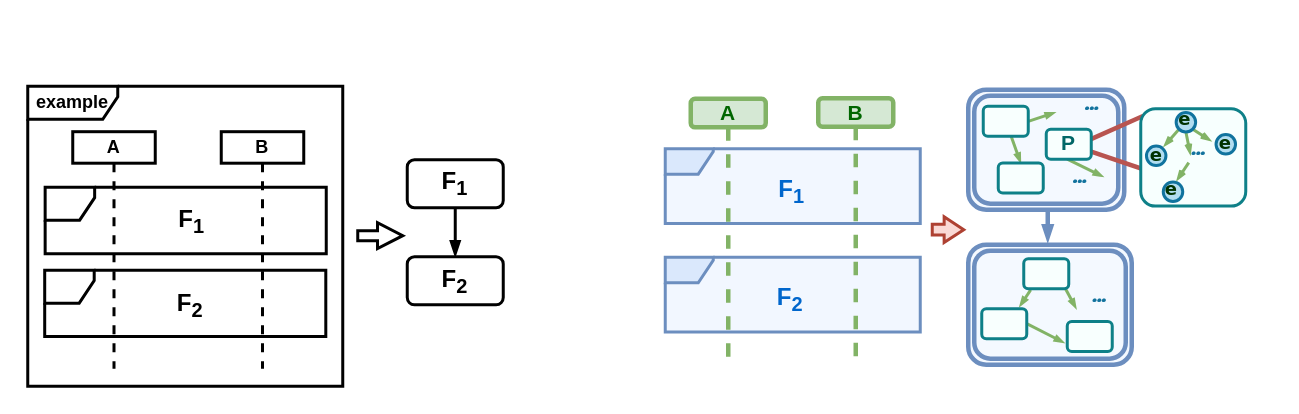
Earlier version of the draw.io diagram seq.drawio (ShiYufei0708/draw). Source tidied: cells renumbered, new cells numbered last; positions are measured from the earlier drawing's top-left corner, leaving out a move shared by most shapes. Both pictures are drawn from the tidied source at 150%, with x=0, y=0 at pixel (27, 26).
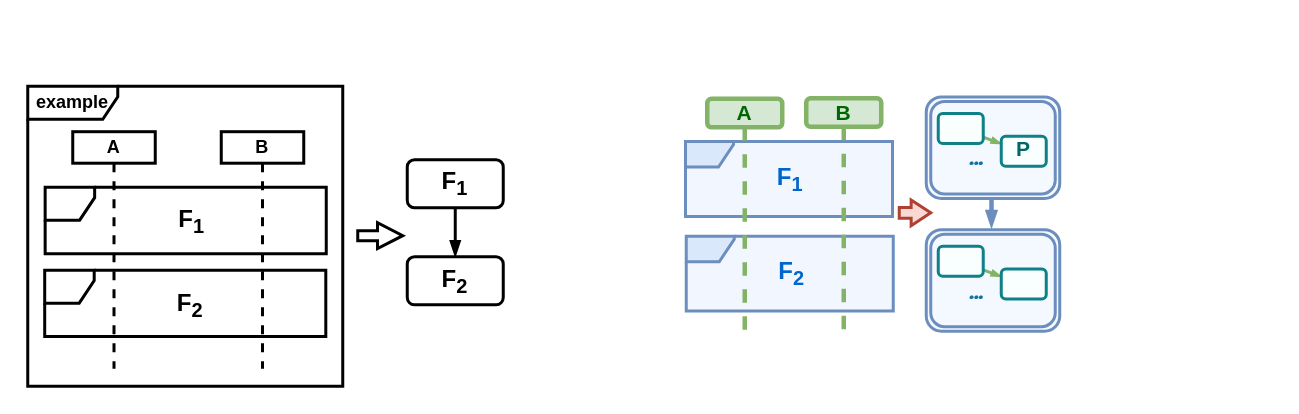
Above is the later version.

The edit, as a diff of the source:
```diff
@@
-    <mxCell id="2" style="edgeStyle=orthogonalEdgeStyle;rounded=0;orthogonalLoop=1;jettySize=auto;html=1;exitX=0.75;exitY=1;exitDx=0;exitDy=0;entryX=0.75;entryY=0;entryDx=0;entryDy=0;endArrow=blockThin;endFill=1;strokeWidth=3;strokeColor=light-dark(#6c8ebf, #EDEDED);endSize=4;" parent="1" edge="1">
+    <mxCell id="2" style="edgeStyle=orthogonalEdgeStyle;rounded=0;orthogonalLoop=1;jettySize=auto;html=1;exitX=0.75;exitY=1;exitDx=0;exitDy=0;entryX=0.5;entryY=0;entryDx=0;entryDy=0;endArrow=blockThin;endFill=1;strokeWidth=3;strokeColor=light-dark(#6c8ebf, #EDEDED);endSize=4;" parent="1" edge="1">
       <mxGeometry relative="1" as="geometry">
-        <mxPoint x="680" y="117.1" as="sourcePoint" />
-        <mxPoint x="680" y="143.7" as="targetPoint" />
+        <mxPoint x="641" y="106.9" as="sourcePoint" />
+        <mxPoint x="642.5" y="134.1" as="targetPoint" />
       </mxGeometry>
     </mxCell>
@@
     <mxCell id="15" style="html=1;shadow=0;dashed=0;align=center;verticalAlign=middle;shape=mxgraph.arrows2.arrow;dy=0.59;dx=13.07;notch=0;strokeWidth=2;fillColor=#fad9d5;strokeColor=#ae4132;" parent="1" vertex="1">
-      <mxGeometry x="603" y="127" width="21" height="17.2" as="geometry" />
+      <mxGeometry x="581" y="115.8" width="21" height="17.2" as="geometry" />
     </mxCell>
-    <mxCell id="16" style="shape=ext;double=1;rounded=1;whiteSpace=wrap;html=1;fillColor=#F4F9FF;strokeColor=#6c8ebf;strokeWidth=3;" parent="1" vertex="1">
-      <mxGeometry x="627" y="42.3" width="104" height="80" as="geometry" />
+    <mxCell id="16" style="shape=ext;double=1;rounded=1;whiteSpace=wrap;html=1;fillColor=#F4F9FF;strokeColor=#6c8ebf;strokeWidth=2;" parent="1" vertex="1">
+      <mxGeometry x="599" y="47.1" width="89" height="67.7" as="geometry" />
     </mxCell>
-    <mxCell id="17" style="shape=ext;double=1;rounded=1;whiteSpace=wrap;html=1;fillColor=#F4F9FF;strokeColor=#6c8ebf;strokeWidth=3;" parent="1" vertex="1">
-      <mxGeometry x="627" y="145.6" width="109" height="80" as="geometry" />
-    </mxCell>
-    <mxCell id="18" style="rounded=0;jettySize=auto;html=1;entryX=0.5;entryY=0;entryDx=0;entryDy=0;endArrow=blockThin;endFill=1;strokeWidth=2;endSize=2;strokeColor=light-dark(#82b366, #319eff);" parent="1" edge="1" source="26" target="19">
+    <mxCell id="18" style="rounded=0;jettySize=auto;html=1;entryX=0;entryY=0.25;entryDx=0;entryDy=0;endArrow=blockThin;endFill=1;strokeWidth=2;endSize=2;strokeColor=light-dark(#82b366, #319eff);" parent="1" edge="1" source="26" target="49">
       <mxGeometry relative="1" as="geometry" />
     </mxCell>
-    <mxCell id="19" style="rounded=1;whiteSpace=wrap;html=1;verticalAlign=bottom;fontStyle=1;strokeWidth=2;fillColor=light-dark(#f8fffe, #103c3f);strokeColor=#0e8088;" parent="1" vertex="1">
-      <mxGeometry x="647" y="91.2" width="30" height="20" as="geometry" />
-    </mxCell>
-    <mxCell id="20" style="rounded=1;whiteSpace=wrap;html=1;verticalAlign=bottom;fontStyle=1;strokeWidth=2;fillColor=light-dark(#f8fffe, #103c3f);strokeColor=#0e8088;" parent="1" vertex="1">
-      <mxGeometry x="693" y="196.8" width="30" height="20" as="geometry" />
-    </mxCell>
-    <mxCell id="21" value="&lt;b&gt;&lt;font style=&quot;font-size: 22px;&quot; face=&quot;Comic Sans MS&quot;&gt;...&lt;/font&gt;&lt;/b&gt;" style="text;html=1;align=center;verticalAlign=middle;strokeColor=none;fillColor=none;fontColor=light-dark(#12739e, #ededed);" parent="1" vertex="1">
-      <mxGeometry x="690" y="158.6" width="47" height="38" as="geometry" />
-    </mxCell>
     <mxCell id="22" value="&lt;b&gt;&lt;font style=&quot;font-size: 22px;&quot; face=&quot;Comic Sans MS&quot;&gt;...&lt;/font&gt;&lt;/b&gt;" style="text;html=1;align=center;verticalAlign=middle;strokeColor=none;fillColor=none;fontColor=light-dark(#12739e, #ededed);" parent="1" vertex="1">
-      <mxGeometry x="677" y="79.9" width="47" height="38" as="geometry" />
+      <mxGeometry x="608.5" y="68.1" width="47" height="38" as="geometry" />
     </mxCell>
-    <mxCell id="23" value="&lt;b&gt;&lt;font style=&quot;font-size: 22px;&quot; face=&quot;Comic Sans MS&quot;&gt;...&lt;/font&gt;&lt;/b&gt;" style="text;html=1;align=center;verticalAlign=middle;points=[];strokeColor=none;fillColor=none;fontColor=light-dark(#12739e, #ededed);" parent="1" vertex="1">
-      <mxGeometry x="685" y="30.7" width="47" height="38" as="geometry" />
-    </mxCell>
-    <mxCell id="24" style="rounded=0;jettySize=auto;html=1;endArrow=blockThin;endFill=1;strokeWidth=2;endSize=2;strokeColor=light-dark(#82b366, #319eff);exitX=1;exitY=0.5;exitDx=0;exitDy=0;" parent="1" edge="1" source="26" target="23">
-      <mxGeometry relative="1" as="geometry" />
-    </mxCell>
-    <mxCell id="25" style="rounded=0;orthogonalLoop=1;jettySize=auto;html=1;endArrow=blockThin;endFill=1;strokeWidth=2;endSize=2;strokeColor=light-dark(#82b366, #319eff);exitX=0.5;exitY=1;exitDx=0;exitDy=0;" parent="1" edge="1">
-      <mxGeometry relative="1" as="geometry">
-        <mxPoint x="693" y="88.6" as="sourcePoint" />
-        <mxPoint x="717" y="100.3" as="targetPoint" />
-      </mxGeometry>
-    </mxCell>
     <mxCell id="26" style="rounded=1;whiteSpace=wrap;html=1;verticalAlign=bottom;fontStyle=1;strokeWidth=2;fillColor=light-dark(#f8fffe, #103c3f);strokeColor=#0e8088;" parent="1" vertex="1">
-      <mxGeometry x="637" y="53.4" width="30" height="20" as="geometry" />
+      <mxGeometry x="607" y="58.2" width="30" height="20" as="geometry" />
     </mxCell>
-    <mxCell id="27" style="rounded=0;orthogonalLoop=1;jettySize=auto;html=1;entryX=0.5;entryY=0;entryDx=0;entryDy=0;endArrow=blockThin;endFill=1;strokeWidth=2;endSize=2;strokeColor=light-dark(#82b366, #319eff);" parent="1" edge="1">
-      <mxGeometry relative="1" as="geometry">
-        <mxPoint x="692" y="175.3" as="sourcePoint" />
-        <mxPoint x="699" y="188.3" as="targetPoint" />
-      </mxGeometry>
-    </mxCell>
-    <mxCell id="28" style="rounded=0;jettySize=auto;html=1;endArrow=blockThin;endFill=1;strokeWidth=2;endSize=2;strokeColor=light-dark(#82b366, #319eff);exitX=0.154;exitY=1.04;exitDx=0;exitDy=0;exitPerimeter=0;entryX=0.841;entryY=-0.073;entryDx=0;entryDy=0;entryPerimeter=0;" parent="1" edge="1" source="31" target="30">
-      <mxGeometry relative="1" as="geometry" />
-    </mxCell>
-    <mxCell id="29" style="rounded=0;jettySize=auto;html=1;endArrow=blockThin;endFill=1;strokeWidth=2;endSize=2;strokeColor=light-dark(#82b366, #319eff);exitX=1;exitY=0.5;exitDx=0;exitDy=0;" parent="1" edge="1" source="30">
-      <mxGeometry relative="1" as="geometry">
-        <mxPoint x="691" y="211" as="targetPoint" />
-      </mxGeometry>
-    </mxCell>
-    <mxCell id="30" style="rounded=1;whiteSpace=wrap;html=1;verticalAlign=bottom;fontStyle=1;strokeWidth=2;fillColor=light-dark(#f8fffe, #103c3f);strokeColor=#0e8088;" parent="1" vertex="1">
-      <mxGeometry x="636" y="188.3" width="30" height="20" as="geometry" />
-    </mxCell>
-    <mxCell id="31" style="rounded=1;whiteSpace=wrap;html=1;verticalAlign=bottom;fontStyle=1;strokeWidth=2;fillColor=light-dark(#f8fffe, #103c3f);strokeColor=#0e8088;" parent="1" vertex="1">
-      <mxGeometry x="664" y="155" width="30" height="20" as="geometry" />
-    </mxCell>
-    <mxCell id="32" style="rounded=0;jettySize=auto;html=1;exitX=0.97;exitY=0.351;exitDx=0;exitDy=0;entryX=0.022;entryY=0.075;entryDx=0;entryDy=0;endArrow=none;endFill=0;entryPerimeter=0;strokeWidth=3;endSize=5;strokeColor=light-dark(#b85450, #ededed);curved=1;fontSize=14;exitPerimeter=0;" parent="1" edge="1" source="49" target="35">
-      <mxGeometry relative="1" as="geometry" />
-    </mxCell>
-    <mxCell id="33" style="rounded=0;jettySize=auto;html=1;endArrow=none;endFill=0;strokeWidth=3;endSize=5;strokeColor=light-dark(#b85450, #ededed);curved=1;fontSize=14;exitX=1;exitY=0.75;exitDx=0;exitDy=0;" parent="1" edge="1" source="49">
-      <mxGeometry relative="1" as="geometry">
-        <mxPoint x="787" y="110" as="targetPoint" />
-      </mxGeometry>
-    </mxCell>
-    <mxCell id="34" style="group;" parent="1" vertex="1">
-      <mxGeometry x="742" y="53" width="89" height="70.8" as="geometry" />
-    </mxCell>
-    <mxCell id="35" style="rounded=1;whiteSpace=wrap;html=1;strokeWidth=2;fillColor=#F7FFFE;strokeColor=#0e8088;" parent="34" vertex="1">
-      <mxGeometry y="2" width="70" height="64.9" as="geometry" />
-    </mxCell>
-    <mxCell id="36" style="rounded=0;jettySize=auto;html=1;endArrow=openThin;endFill=0;strokeColor=#82b366;strokeWidth=2;fillColor=#d5e8d4;endSize=3;entryX=-0.25;entryY=0.336;entryDx=0;entryDy=0;entryPerimeter=0;exitX=1;exitY=1;exitDx=0;exitDy=0;" parent="34" edge="1" source="43" target="37">
-      <mxGeometry relative="1" as="geometry" />
-    </mxCell>
-    <mxCell id="37" style="ellipse;whiteSpace=wrap;html=1;strokeWidth=2;fillColor=#b1ddf0;strokeColor=#10739e;" parent="34" vertex="1">
-      <mxGeometry x="50.2" y="19.2" width="13" height="13" as="geometry" />
-    </mxCell>
-    <mxCell id="38" style="ellipse;whiteSpace=wrap;html=1;strokeWidth=2;fillColor=#b1ddf0;strokeColor=#10739e;" parent="34" vertex="1">
-      <mxGeometry x="15" y="50.8" width="13" height="13" as="geometry" />
-    </mxCell>
-    <mxCell id="39" style="ellipse;whiteSpace=wrap;html=1;strokeWidth=2;fillColor=#b1ddf0;strokeColor=#10739e;" parent="34" vertex="1">
-      <mxGeometry x="3.8" y="26.9" width="13" height="13" as="geometry" />
-    </mxCell>
-    <mxCell id="40" style="rounded=0;jettySize=auto;html=1;endArrow=openThin;endFill=0;strokeColor=#82b366;strokeWidth=2;fillColor=#d5e8d4;endSize=3;exitX=0;exitY=1;exitDx=0;exitDy=0;entryX=0.89;entryY=0.017;entryDx=0;entryDy=0;entryPerimeter=0;" parent="34" edge="1" source="43" target="39">
-      <mxGeometry relative="1" as="geometry" />
-    </mxCell>
-    <mxCell id="41" style="rounded=0;jettySize=auto;html=1;endArrow=openThin;endFill=0;strokeColor=#82b366;strokeWidth=2;fillColor=#d5e8d4;endSize=3;exitX=0.5;exitY=1;exitDx=0;exitDy=0;" parent="34" edge="1" source="43">
-      <mxGeometry relative="1" as="geometry">
-        <mxPoint x="33.1" y="32.6" as="targetPoint" />
-      </mxGeometry>
-    </mxCell>
-    <mxCell id="42" style="rounded=0;orthogonalLoop=1;jettySize=auto;html=1;endArrow=openThin;endFill=0;strokeColor=#82b366;strokeWidth=2;fillColor=#d5e8d4;endSize=3;" parent="34" edge="1">
-      <mxGeometry relative="1" as="geometry">
-        <mxPoint x="32" y="37.9" as="sourcePoint" />
-        <mxPoint x="24" y="49.9" as="targetPoint" />
-      </mxGeometry>
-    </mxCell>
-    <mxCell id="43" style="ellipse;whiteSpace=wrap;html=1;strokeWidth=2;fillColor=#b1ddf0;strokeColor=#10739e;" parent="34" vertex="1">
-      <mxGeometry x="23.6" y="4.5" width="13" height="13" as="geometry" />
-    </mxCell>
-    <mxCell id="44" value="&lt;font style=&quot;color: rgb(0, 51, 0);&quot; face=&quot;Verdana&quot;&gt;&lt;b style=&quot;&quot;&gt;e&lt;/b&gt;&lt;/font&gt;" style="text;html=1;align=center;verticalAlign=middle;strokeColor=none;fillColor=none;" parent="34" vertex="1">
-      <mxGeometry x="42.9" y="11.2" width="26" height="27" as="geometry" />
-    </mxCell>
-    <mxCell id="45" value="&lt;font style=&quot;color: rgb(0, 51, 0);&quot; face=&quot;Verdana&quot;&gt;&lt;b style=&quot;&quot;&gt;e&lt;/b&gt;&lt;/font&gt;" style="text;html=1;align=center;verticalAlign=middle;strokeColor=none;fillColor=none;" parent="34" vertex="1">
-      <mxGeometry x="-2.6" y="19" width="26" height="27" as="geometry" />
-    </mxCell>
-    <mxCell id="46" value="&lt;font style=&quot;color: rgb(0, 51, 0);&quot; face=&quot;Verdana&quot;&gt;&lt;b style=&quot;&quot;&gt;e&lt;/b&gt;&lt;/font&gt;" style="text;html=1;align=center;verticalAlign=middle;strokeColor=none;fillColor=none;" parent="34" vertex="1">
-      <mxGeometry x="6.5" y="42.8" width="26" height="27" as="geometry" />
-    </mxCell>
-    <mxCell id="47" value="&lt;font style=&quot;color: rgb(0, 51, 0);&quot; face=&quot;Verdana&quot;&gt;&lt;b style=&quot;&quot;&gt;e&lt;/b&gt;&lt;/font&gt;" style="text;html=1;align=center;verticalAlign=middle;strokeColor=none;fillColor=none;" parent="34" vertex="1">
-      <mxGeometry x="15.9" y="-4.1" width="26" height="27" as="geometry" />
-    </mxCell>
-    <mxCell id="48" value="&lt;b&gt;&lt;font style=&quot;font-size: 22px;&quot; face=&quot;Comic Sans MS&quot;&gt;...&lt;/font&gt;&lt;/b&gt;" style="text;html=1;align=center;verticalAlign=middle;strokeColor=none;fillColor=none;fontColor=light-dark(#12739e, #ededed);" parent="34" vertex="1">
-      <mxGeometry x="14.5" y="8" width="47" height="38" as="geometry" />
-    </mxCell>
     <mxCell id="49" value="&lt;font style=&quot;color: rgb(0, 102, 102); font-size: 14px;&quot;&gt;P&lt;/font&gt;&lt;span style=&quot;font-size: 8.33333px;&quot;&gt;&lt;/span&gt;" style="rounded=1;whiteSpace=wrap;html=1;verticalAlign=bottom;fontStyle=1;strokeWidth=2;fillColor=light-dark(#f8fffe, #103c3f);strokeColor=#0e8088;" parent="1" vertex="1">
-      <mxGeometry x="679" y="68.6" width="30" height="20" as="geometry" />
+      <mxGeometry x="649" y="73.4" width="30" height="20" as="geometry" />
     </mxCell>
     <mxCell id="50" style="group;" parent="1" vertex="1">
-      <mxGeometry x="420" y="48" width="170" height="175" as="geometry" />
+      <mxGeometry x="420" y="48" width="175" height="175" as="geometry" />
     </mxCell>
-    <mxCell id="51" style="shape=umlFrame;whiteSpace=wrap;html=1;width=32;height=17;fillColor=#dae8fc;strokeColor=#6c8ebf;fillStyle=auto;shadow=0;strokeWidth=2;swimlaneFillColor=light-dark(#F2F7FF,#002813);" parent="50" vertex="1">
-      <mxGeometry x="5" y="106" width="170" height="49.9" as="geometry" />
-    </mxCell>
+    <mxCell id="57" style="shape=umlFrame;whiteSpace=wrap;html=1;width=32;height=17;fillColor=#dae8fc;strokeColor=#6c8ebf;fillStyle=auto;shadow=0;strokeWidth=2;swimlaneFillColor=light-dark(#F2F7FF,#002813);" parent="50" vertex="1">
+      <mxGeometry x="19" y="92" width="138" height="49.9" as="geometry" />
+    </mxCell>
     <mxCell id="52" style="shape=umlFrame;whiteSpace=wrap;html=1;width=32;height=17;fillColor=#dae8fc;strokeColor=#6c8ebf;fillStyle=auto;shadow=0;strokeWidth=2;swimlaneFillColor=light-dark(#F2F7FF,#002813);" parent="50" vertex="1">
-      <mxGeometry x="5" y="33.6" width="170" height="49.9" as="geometry" />
+      <mxGeometry x="18.5" y="28.9" width="138" height="49.9" as="geometry" />
     </mxCell>
     <mxCell id="53" value="&lt;font face=&quot;Helvetica&quot; style=&quot;color: rgb(0, 102, 0); font-size: 14px;&quot;&gt;&lt;b style=&quot;&quot;&gt;A&lt;/b&gt;&lt;/font&gt;" style="shape=umlLifeline;perimeter=lifelinePerimeter;whiteSpace=wrap;html=1;newEdgeStyle={&quot;curved&quot;:0,&quot;rounded&quot;:0};size=19;fillColor=#d5e8d4;strokeColor=#82b366;strokeWidth=3;rounded=1;shadow=0;" parent="50" vertex="1">
-      <mxGeometry x="22" y="0.4" width="50" height="175" as="geometry" />
+      <mxGeometry x="33" y="0.4" width="50" height="161" as="geometry" />
     </mxCell>
     <mxCell id="54" value="&lt;font face=&quot;Helvetica&quot; style=&quot;color: rgb(0, 102, 0); font-size: 14px;&quot;&gt;&lt;b style=&quot;&quot;&gt;B&lt;/b&gt;&lt;/font&gt;" style="shape=umlLifeline;perimeter=lifelinePerimeter;whiteSpace=wrap;html=1;newEdgeStyle={&quot;curved&quot;:0,&quot;rounded&quot;:0};size=19;fillColor=#d5e8d4;strokeColor=#82b366;strokeWidth=3;rounded=1;shadow=0;" parent="50" vertex="1">
-      <mxGeometry x="107" width="50" height="174.6" as="geometry" />
+      <mxGeometry x="99" width="50" height="158" as="geometry" />
     </mxCell>
     <mxCell id="55" value="&lt;span style=&quot;font-size: 16px;&quot;&gt;&lt;font style=&quot;color: rgb(0, 102, 204);&quot;&gt;F&lt;sub style=&quot;&quot;&gt;1&lt;/sub&gt;&lt;/font&gt;&lt;/span&gt;" style="text;html=1;align=center;verticalAlign=middle;strokeColor=none;fillColor=none;fontStyle=1;strokeWidth=2;" parent="50" vertex="1">
-      <mxGeometry x="71.5" y="44.8" width="35" height="34" as="geometry" />
+      <mxGeometry x="70" y="36.8" width="35" height="34" as="geometry" />
     </mxCell>
     <mxCell id="56" value="&lt;span style=&quot;font-size: 16px;&quot;&gt;&lt;font style=&quot;color: rgb(0, 102, 204);&quot;&gt;F&lt;sub style=&quot;&quot;&gt;2&lt;/sub&gt;&lt;/font&gt;&lt;/span&gt;" style="text;html=1;align=center;verticalAlign=middle;strokeColor=none;fillColor=none;fontStyle=1;strokeWidth=2;" parent="50" vertex="1">
-      <mxGeometry x="70" y="116.6" width="35" height="34" as="geometry" />
+      <mxGeometry x="68.5" y="96.9" width="40" height="40" as="geometry" />
     </mxCell>
+    <mxCell id="58" style="shape=ext;double=1;rounded=1;whiteSpace=wrap;html=1;fillColor=#F4F9FF;strokeColor=#6c8ebf;strokeWidth=2;" parent="1" vertex="1">
+      <mxGeometry x="599" y="135.6" width="89" height="67.7" as="geometry" />
+    </mxCell>
+    <mxCell id="59" style="rounded=0;jettySize=auto;html=1;entryX=0;entryY=0.25;entryDx=0;entryDy=0;endArrow=blockThin;endFill=1;strokeWidth=2;endSize=2;strokeColor=light-dark(#82b366, #319eff);" parent="1" edge="1" source="61" target="62">
+      <mxGeometry relative="1" as="geometry" />
+    </mxCell>
+    <mxCell id="60" value="&lt;b&gt;&lt;font style=&quot;font-size: 22px;&quot; face=&quot;Comic Sans MS&quot;&gt;...&lt;/font&gt;&lt;/b&gt;" style="text;html=1;align=center;verticalAlign=middle;strokeColor=none;fillColor=none;fontColor=light-dark(#12739e, #ededed);" parent="1" vertex="1">
+      <mxGeometry x="608.5" y="156.6" width="47" height="38" as="geometry" />
+    </mxCell>
+    <mxCell id="61" style="rounded=1;whiteSpace=wrap;html=1;verticalAlign=bottom;fontStyle=1;strokeWidth=2;fillColor=light-dark(#f8fffe, #103c3f);strokeColor=#0e8088;" parent="1" vertex="1">
+      <mxGeometry x="607" y="146.7" width="30" height="20" as="geometry" />
+    </mxCell>
+    <mxCell id="62" style="rounded=1;whiteSpace=wrap;html=1;verticalAlign=bottom;fontStyle=1;strokeWidth=2;fillColor=light-dark(#f8fffe, #103c3f);strokeColor=#0e8088;" parent="1" vertex="1">
+      <mxGeometry x="649" y="161.9" width="30" height="20" as="geometry" />
+    </mxCell>
```
